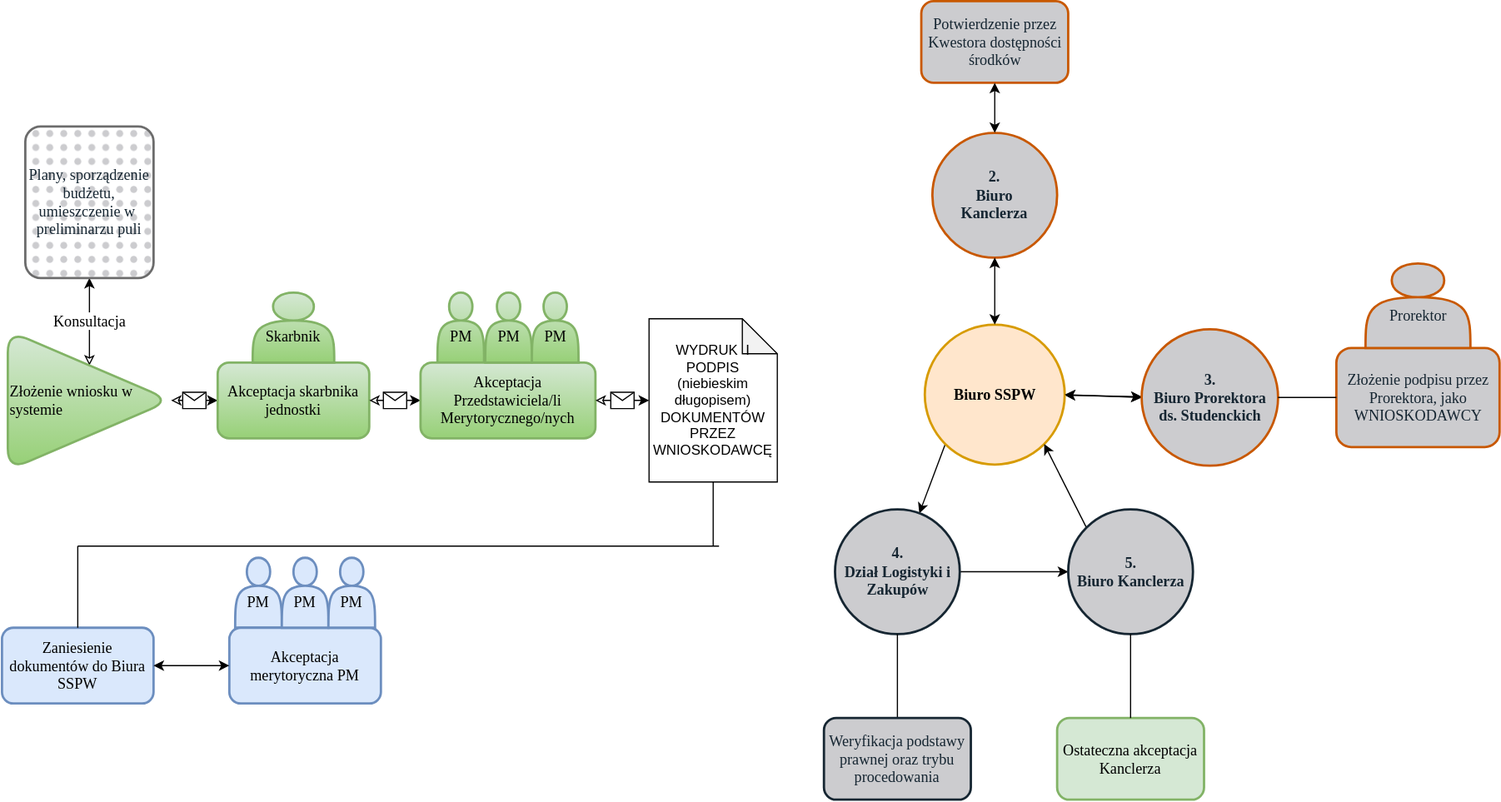
The draw.io diagram Kopia Rysunek wniosek.svg in WelfareUnit/rysunki, before a commit. Source tidied: cells renumbered, new cells last; positions are measured from the earlier drawing's top-left corner, leaving out a move shared by most shapes.
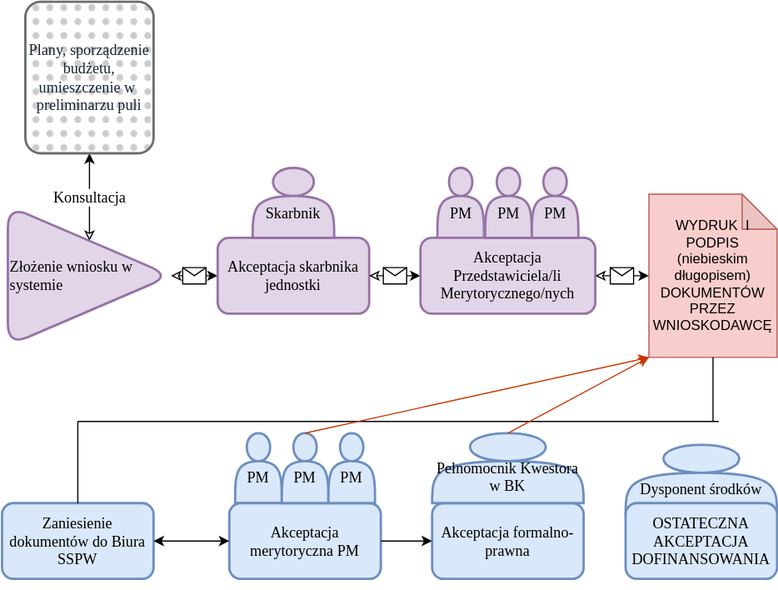
The same file after the commit.

The edit, as a diff of the source:
```diff
@@ -5,18 +5,9 @@
     <mxCell id="2" value="&lt;div style=&quot;font-size: 13px;&quot;&gt;Konsultacja&lt;/div&gt;" style="edgeStyle=orthogonalEdgeStyle;rounded=0;jettySize=auto;html=1;exitX=0.5;exitY=0;exitDx=0;exitDy=0;entryX=0.5;entryY=1;entryDx=0;entryDy=0;fontFamily=Source Sans 3;startArrow=classic;startFill=0;fontSize=13;fontSource=https%3A%2F%2Ffonts.googleapis.com%2Fcss%3Ffamily%3DSource%2BSans%2B3;" parent="1" edge="1" source="3" target="7">
       <mxGeometry relative="1" as="geometry" />
     </mxCell>
-    <mxCell id="3" value="Złożenie wniosku w systemie" style="triangle;whiteSpace=wrap;html=1;fontFamily=Source Sans 3;align=left;strokeWidth=2;rounded=1;fillColor=#d5e8d4;strokeColor=#82b366;fontSize=13;fontSource=https%3A%2F%2Ffonts.googleapis.com%2Fcss%3Ffamily%3DSource%2BSans%2B3;arcSize=38;gradientColor=#97d077;" parent="1" vertex="1">
+    <mxCell id="3" value="Złożenie wniosku w systemie" style="triangle;whiteSpace=wrap;html=1;fontFamily=Source Sans 3;align=left;strokeWidth=2;rounded=1;fillColor=#e1d5e7;strokeColor=#9673a6;fontSize=13;fontSource=https%3A%2F%2Ffonts.googleapis.com%2Fcss%3Ffamily%3DSource%2BSans%2B3;arcSize=38;" parent="1" vertex="1">
       <mxGeometry x="5" y="283" width="140" height="120" as="geometry" />
     </mxCell>
-    <mxCell id="4" style="edgeStyle=none;jettySize=auto;html=1;fontFamily=Source Sans 3;fontSize=13;fontColor=#162632;startArrow=classic;fontSource=https%3A%2F%2Ffonts.googleapis.com%2Fcss%3Ffamily%3DSource%2BSans%2B3;" parent="1" edge="1" source="6" target="16">
-      <mxGeometry relative="1" as="geometry" />
-    </mxCell>
-    <mxCell id="5" style="edgeStyle=none;jettySize=auto;html=1;exitX=0;exitY=1;exitDx=0;exitDy=0;fontFamily=Source Sans 3;fontSize=13;fontColor=#162632;startArrow=none;startFill=0;fontSource=https%3A%2F%2Ffonts.googleapis.com%2Fcss%3Ffamily%3DSource%2BSans%2B3;" parent="1" edge="1" source="6" target="21">
-      <mxGeometry relative="1" as="geometry" />
-    </mxCell>
-    <mxCell id="6" value="&lt;div style=&quot;font-size: 13px;&quot;&gt;Biuro SSPW&lt;br style=&quot;font-size: 13px;&quot;&gt;&lt;/div&gt;" style="ellipse;whiteSpace=wrap;html=1;rounded=1;fontFamily=Source Sans 3;fontSize=13;strokeWidth=2;fillColor=#ffe6cc;align=center;strokeColor=#d79b00;fontStyle=1;fontSource=https%3A%2F%2Ffonts.googleapis.com%2Fcss%3Ffamily%3DSource%2BSans%2B3;" parent="1" vertex="1">
-      <mxGeometry x="791.5" y="278" width="120" height="120" as="geometry" />
-    </mxCell>
     <mxCell id="7" value="&lt;div align=&quot;center&quot;&gt;Plany, sporządzenie budżetu, umieszczenie w&amp;nbsp; preliminarzu puli&lt;br&gt;&lt;/div&gt;" style="rounded=1;whiteSpace=wrap;html=1;fontFamily=Source Sans 3;fontSize=13;strokeColor=#6C6C6C;strokeWidth=2;fillColor=#CCCCCF;align=center;fontColor=#162632;fontSource=https%3A%2F%2Ffonts.googleapis.com%2Fcss%3Ffamily%3DSource%2BSans%2B3;gradientColor=none;fillStyle=dots;arcSize=12;" parent="1" vertex="1">
       <mxGeometry x="20" y="108" width="110" height="130" as="geometry" />
     </mxCell>
@@ -28,63 +19,12 @@
         <mxPoint x="-10" y="-7" as="offset" />
       </mxGeometry>
     </mxCell>
-    <mxCell id="10" value="Akceptacja skarbnika jednostki" style="rounded=1;whiteSpace=wrap;html=1;fontFamily=Source Sans 3;fontSize=13;strokeWidth=2;fillColor=#d5e8d4;align=center;strokeColor=#82b366;labelPosition=center;verticalLabelPosition=middle;verticalAlign=middle;fontSource=https%3A%2F%2Ffonts.googleapis.com%2Fcss%3Ffamily%3DSource%2BSans%2B3;gradientColor=#97d077;" parent="1" vertex="1">
+    <mxCell id="10" value="Akceptacja skarbnika jednostki" style="rounded=1;whiteSpace=wrap;html=1;fontFamily=Source Sans 3;fontSize=13;strokeWidth=2;fillColor=#e1d5e7;align=center;strokeColor=#9673a6;labelPosition=center;verticalLabelPosition=middle;verticalAlign=middle;fontSource=https%3A%2F%2Ffonts.googleapis.com%2Fcss%3Ffamily%3DSource%2BSans%2B3;" parent="1" vertex="1">
       <mxGeometry x="185" y="310.5" width="130" height="65" as="geometry" />
     </mxCell>
-    <mxCell id="11" style="endArrow=classic;startArrow=classic;html=1;fontFamily=Source Sans 3;fontSize=13;fontColor=#162632;entryX=1;entryY=0.5;entryDx=0;entryDy=0;exitX=0;exitY=0.5;exitDx=0;exitDy=0;fontSource=https%3A%2F%2Ffonts.googleapis.com%2Fcss%3Ffamily%3DSource%2BSans%2B3;" parent="1" edge="1" source="16" target="6">
-      <mxGeometry relative="1" as="geometry" />
-    </mxCell>
-    <mxCell id="12" value="&lt;div style=&quot;font-size: 13px;&quot;&gt;2. &lt;br style=&quot;font-size: 13px;&quot;&gt;&lt;/div&gt;&lt;div style=&quot;font-size: 13px;&quot;&gt;Biuro&lt;/div&gt;&lt;div style=&quot;font-size: 13px;&quot;&gt;Kanclerza&lt;/div&gt;" style="ellipse;whiteSpace=wrap;html=1;rounded=1;fontFamily=Source Sans 3;fontSize=13;fontColor=#162632;strokeColor=#C85800;strokeWidth=2;fillColor=#CCCCCF;align=center;fontStyle=1;fontSource=https%3A%2F%2Ffonts.googleapis.com%2Fcss%3Ffamily%3DSource%2BSans%2B3;" parent="1" vertex="1">
-      <mxGeometry x="798" y="113.5" width="107" height="107" as="geometry" />
-    </mxCell>
-    <mxCell id="13" style="endArrow=classic;startArrow=classic;html=1;fontFamily=Source Sans 3;fontSize=13;fontColor=#162632;exitX=0.5;exitY=0;exitDx=0;exitDy=0;entryX=0.5;entryY=1;entryDx=0;entryDy=0;fontSource=https%3A%2F%2Ffonts.googleapis.com%2Fcss%3Ffamily%3DSource%2BSans%2B3;" parent="1" edge="1" source="6" target="12">
-      <mxGeometry relative="1" as="geometry" />
-    </mxCell>
-    <mxCell id="14" value="Potwierdzenie przez Kwestora dostępności środków" style="rounded=1;whiteSpace=wrap;html=1;fontFamily=Source Sans 3;fontSize=13;fontColor=#162632;strokeColor=#C85800;strokeWidth=2;fillColor=#CCCCCF;align=center;fontSource=https%3A%2F%2Ffonts.googleapis.com%2Fcss%3Ffamily%3DSource%2BSans%2B3;" parent="1" vertex="1">
-      <mxGeometry x="788.5" y="0.5" width="126" height="70" as="geometry" />
-    </mxCell>
-    <mxCell id="15" style="endArrow=classic;startArrow=classic;html=1;fontFamily=Source Sans 3;fontSize=13;fontColor=#162632;exitX=0.5;exitY=0;exitDx=0;exitDy=0;entryX=0.5;entryY=1;entryDx=0;entryDy=0;fontSource=https%3A%2F%2Ffonts.googleapis.com%2Fcss%3Ffamily%3DSource%2BSans%2B3;" parent="1" edge="1" source="12" target="14">
-      <mxGeometry relative="1" as="geometry" />
-    </mxCell>
-    <mxCell id="16" value="&lt;div style=&quot;font-size: 13px;&quot;&gt;3.&lt;/div&gt;&lt;div style=&quot;font-size: 13px;&quot;&gt;Biuro Prorektora &lt;br style=&quot;font-size: 13px;&quot;&gt;ds. Studenckich&lt;/div&gt;" style="ellipse;whiteSpace=wrap;html=1;rounded=1;fontFamily=Source Sans 3;fontSize=13;fontColor=#162632;strokeColor=#C85800;strokeWidth=2;fillColor=#CCCCCF;align=center;fontStyle=1;fontSource=https%3A%2F%2Ffonts.googleapis.com%2Fcss%3Ffamily%3DSource%2BSans%2B3;" parent="1" vertex="1">
-      <mxGeometry x="977.5" y="282" width="117" height="117" as="geometry" />
-    </mxCell>
-    <mxCell id="17" value="Złożenie podpisu przez Prorektora, jako WNIOSKODAWCY" style="rounded=1;whiteSpace=wrap;html=1;fontFamily=Source Sans 3;fontSize=13;fontColor=#162632;strokeColor=#C85800;strokeWidth=2;fillColor=#CCCCCF;align=center;fontSource=https%3A%2F%2Ffonts.googleapis.com%2Fcss%3Ffamily%3DSource%2BSans%2B3;" parent="1" vertex="1">
-      <mxGeometry x="1144.5" y="298" width="140" height="85" as="geometry" />
-    </mxCell>
-    <mxCell id="18" style="endArrow=none;startArrow=none;html=1;fontFamily=Source Sans 3;fontSize=13;fontColor=#162632;entryX=1;entryY=0.5;entryDx=0;entryDy=0;exitX=0;exitY=0.5;exitDx=0;exitDy=0;startFill=0;endFill=0;fontSource=https%3A%2F%2Ffonts.googleapis.com%2Fcss%3Ffamily%3DSource%2BSans%2B3;" parent="1" edge="1" source="17" target="16">
-      <mxGeometry relative="1" as="geometry" />
-    </mxCell>
-    <mxCell id="19" value="&lt;div style=&quot;font-size: 13px;&quot;&gt;&lt;br style=&quot;font-size: 13px;&quot;&gt;&lt;/div&gt;&lt;div style=&quot;font-size: 13px;&quot;&gt;Prorektor&lt;/div&gt;" style="shape=actor;whiteSpace=wrap;html=1;rounded=1;fontFamily=Source Sans 3;fontSize=13;fontColor=#162632;strokeColor=#C85800;strokeWidth=2;fillColor=#CCCCCF;align=center;fontSource=https%3A%2F%2Ffonts.googleapis.com%2Fcss%3Ffamily%3DSource%2BSans%2B3;" parent="1" vertex="1">
-      <mxGeometry x="1169.5" y="225.5" width="90" height="72.5" as="geometry" />
-    </mxCell>
-    <mxCell id="20" style="edgeStyle=none;jettySize=auto;html=1;exitX=1;exitY=0.5;exitDx=0;exitDy=0;entryX=0;entryY=0.5;entryDx=0;entryDy=0;fontFamily=Source Sans 3;fontSize=13;fontColor=#162632;startArrow=none;startFill=0;fontSource=https%3A%2F%2Ffonts.googleapis.com%2Fcss%3Ffamily%3DSource%2BSans%2B3;" parent="1" edge="1" source="21" target="23">
-      <mxGeometry relative="1" as="geometry" />
-    </mxCell>
-    <mxCell id="21" value="&lt;div style=&quot;font-size: 13px;&quot;&gt;4.&lt;/div&gt;&lt;div style=&quot;font-size: 13px;&quot;&gt;Dział Logistyki i Zakupów&lt;/div&gt;" style="ellipse;whiteSpace=wrap;html=1;rounded=1;fontFamily=Source Sans 3;fontSize=13;fontColor=#162632;strokeWidth=2;fillColor=#CCCCCF;align=center;fontStyle=1;strokeColor=#162632;fontSource=https%3A%2F%2Ffonts.googleapis.com%2Fcss%3Ffamily%3DSource%2BSans%2B3;" parent="1" vertex="1">
-      <mxGeometry x="714.5" y="436.5" width="107" height="107" as="geometry" />
-    </mxCell>
-    <mxCell id="22" style="edgeStyle=none;jettySize=auto;html=1;exitX=0;exitY=0;exitDx=0;exitDy=0;entryX=1;entryY=1;entryDx=0;entryDy=0;fontFamily=Source Sans 3;fontSize=13;fontColor=#162632;startArrow=none;startFill=0;fontSource=https%3A%2F%2Ffonts.googleapis.com%2Fcss%3Ffamily%3DSource%2BSans%2B3;" parent="1" edge="1" source="23" target="6">
-      <mxGeometry relative="1" as="geometry" />
-    </mxCell>
-    <mxCell id="23" value="&lt;div style=&quot;font-size: 13px;&quot;&gt;5.&lt;/div&gt;&lt;div style=&quot;font-size: 13px;&quot;&gt;Biuro Kanclerza&lt;/div&gt;" style="ellipse;whiteSpace=wrap;html=1;rounded=1;fontFamily=Source Sans 3;fontSize=13;fontColor=#162632;strokeWidth=2;fillColor=#CCCCCF;align=center;fontStyle=1;strokeColor=#162632;fontSource=https%3A%2F%2Ffonts.googleapis.com%2Fcss%3Ffamily%3DSource%2BSans%2B3;" parent="1" vertex="1">
-      <mxGeometry x="914.5" y="436.5" width="107" height="107" as="geometry" />
-    </mxCell>
-    <mxCell id="24" value="&lt;div style=&quot;font-size: 13px;&quot;&gt;&lt;br style=&quot;font-size: 13px;&quot;&gt;&lt;/div&gt;&lt;div style=&quot;font-size: 13px;&quot;&gt;Skarbnik&lt;/div&gt;" style="shape=actor;whiteSpace=wrap;html=1;rounded=1;fontFamily=Source Sans 3;fontSize=13;strokeColor=#82b366;strokeWidth=2;fillColor=#d5e8d4;align=center;fontSource=https%3A%2F%2Ffonts.googleapis.com%2Fcss%3Ffamily%3DSource%2BSans%2B3;gradientColor=#97d077;" parent="1" vertex="1">
+    <mxCell id="24" value="&lt;div style=&quot;font-size: 13px;&quot;&gt;&lt;br style=&quot;font-size: 13px;&quot;&gt;&lt;/div&gt;&lt;div style=&quot;font-size: 13px;&quot;&gt;Skarbnik&lt;/div&gt;" style="shape=actor;whiteSpace=wrap;html=1;rounded=1;fontFamily=Source Sans 3;fontSize=13;strokeColor=#9673a6;strokeWidth=2;fillColor=#e1d5e7;align=center;fontSource=https%3A%2F%2Ffonts.googleapis.com%2Fcss%3Ffamily%3DSource%2BSans%2B3;" parent="1" vertex="1">
       <mxGeometry x="215" y="250.5" width="70" height="60" as="geometry" />
     </mxCell>
-    <mxCell id="25" value="Ostateczna akceptacja Kanclerza" style="rounded=1;whiteSpace=wrap;html=1;fontFamily=Source Sans 3;fontSize=13;strokeColor=#82b366;strokeWidth=2;fillColor=#d5e8d4;align=center;fontSource=https%3A%2F%2Ffonts.googleapis.com%2Fcss%3Ffamily%3DSource%2BSans%2B3;" parent="1" vertex="1">
-      <mxGeometry x="905" y="615.5" width="126" height="70" as="geometry" />
-    </mxCell>
-    <mxCell id="26" style="endArrow=none;startArrow=none;html=1;fontFamily=Source Sans 3;fontSize=13;fontColor=#162632;exitX=0.5;exitY=1;exitDx=0;exitDy=0;entryX=0.5;entryY=0;entryDx=0;entryDy=0;startFill=0;endFill=0;fontSource=https%3A%2F%2Ffonts.googleapis.com%2Fcss%3Ffamily%3DSource%2BSans%2B3;" parent="1" edge="1" source="21" target="27">
-      <mxGeometry relative="1" as="geometry" />
-    </mxCell>
-    <mxCell id="27" value="Weryfikacja podstawy prawnej oraz trybu procedowania" style="rounded=1;whiteSpace=wrap;html=1;fontFamily=Source Sans 3;fontSize=13;fontColor=#162632;strokeWidth=2;fillColor=#CCCCCF;align=center;strokeColor=#162632;fontSource=https%3A%2F%2Ffonts.googleapis.com%2Fcss%3Ffamily%3DSource%2BSans%2B3;" parent="1" vertex="1">
-      <mxGeometry x="705" y="615.5" width="126" height="70" as="geometry" />
-    </mxCell>
-    <mxCell id="28" style="endArrow=none;startArrow=none;html=1;fontFamily=Source Sans 3;fontSize=13;fontColor=#162632;exitX=0.5;exitY=1;exitDx=0;exitDy=0;entryX=0.5;entryY=0;entryDx=0;entryDy=0;startFill=0;endFill=0;fontSource=https%3A%2F%2Ffonts.googleapis.com%2Fcss%3Ffamily%3DSource%2BSans%2B3;" parent="1" edge="1" source="23" target="25">
-      <mxGeometry relative="1" as="geometry" />
-    </mxCell>
     <mxCell id="29" style="endArrow=classic;html=1;fontFamily=Source Sans 3;fontSize=13;fontColor=#162632;exitX=1;exitY=0.5;exitDx=0;exitDy=0;entryX=0;entryY=0.5;entryDx=0;entryDy=0;startArrow=classic;startFill=0;fontSource=https%3A%2F%2Ffonts.googleapis.com%2Fcss%3Ffamily%3DSource%2BSans%2B3;" parent="1" edge="1" source="10" target="33">
       <mxGeometry relative="1" as="geometry" />
     </mxCell>
@@ -96,19 +36,19 @@
     <mxCell id="31" style="group;" parent="1" vertex="1">
       <mxGeometry x="359" y="250.5" width="150" height="125" as="geometry" />
     </mxCell>
-    <mxCell id="32" value="&lt;div style=&quot;font-size: 13px;&quot;&gt;&lt;br style=&quot;font-size: 13px;&quot;&gt;&lt;/div&gt;&lt;div style=&quot;font-size: 13px;&quot;&gt;PM&lt;/div&gt;" style="shape=actor;whiteSpace=wrap;html=1;rounded=1;fontFamily=Source Sans 3;fontSize=13;strokeColor=#82b366;strokeWidth=2;fillColor=#d5e8d4;align=center;fontSource=https%3A%2F%2Ffonts.googleapis.com%2Fcss%3Ffamily%3DSource%2BSans%2B3;gradientColor=#97d077;" parent="31" vertex="1">
+    <mxCell id="32" value="&lt;div style=&quot;font-size: 13px;&quot;&gt;&lt;br style=&quot;font-size: 13px;&quot;&gt;&lt;/div&gt;&lt;div style=&quot;font-size: 13px;&quot;&gt;PM&lt;/div&gt;" style="shape=actor;whiteSpace=wrap;html=1;rounded=1;fontFamily=Source Sans 3;fontSize=13;strokeColor=#9673a6;strokeWidth=2;fillColor=#e1d5e7;align=center;fontSource=https%3A%2F%2Ffonts.googleapis.com%2Fcss%3Ffamily%3DSource%2BSans%2B3;" parent="31" vertex="1">
       <mxGeometry x="14.5" width="40" height="60" as="geometry" />
     </mxCell>
-    <mxCell id="33" value="Akceptacja Przedstawiciela/li Merytorycznego/nych" style="rounded=1;whiteSpace=wrap;html=1;fontFamily=Source Sans 3;fontSize=13;strokeWidth=2;fillColor=#d5e8d4;align=center;strokeColor=#82b366;labelPosition=center;verticalLabelPosition=middle;verticalAlign=middle;fontSource=https%3A%2F%2Ffonts.googleapis.com%2Fcss%3Ffamily%3DSource%2BSans%2B3;gradientColor=#97d077;" parent="31" vertex="1">
+    <mxCell id="33" value="Akceptacja Przedstawiciela/li Merytorycznego/nych" style="rounded=1;whiteSpace=wrap;html=1;fontFamily=Source Sans 3;fontSize=13;strokeWidth=2;fillColor=#e1d5e7;align=center;strokeColor=#9673a6;labelPosition=center;verticalLabelPosition=middle;verticalAlign=middle;fontSource=https%3A%2F%2Ffonts.googleapis.com%2Fcss%3Ffamily%3DSource%2BSans%2B3;" parent="31" vertex="1">
       <mxGeometry y="60" width="150" height="65" as="geometry" />
     </mxCell>
-    <mxCell id="34" value="&lt;div style=&quot;font-size: 13px;&quot;&gt;&lt;br style=&quot;font-size: 13px;&quot;&gt;&lt;/div&gt;&lt;div style=&quot;font-size: 13px;&quot;&gt;PM&lt;/div&gt;" style="shape=actor;whiteSpace=wrap;html=1;rounded=1;fontFamily=Source Sans 3;fontSize=13;strokeColor=#82b366;strokeWidth=2;fillColor=#d5e8d4;align=center;fontSource=https%3A%2F%2Ffonts.googleapis.com%2Fcss%3Ffamily%3DSource%2BSans%2B3;gradientColor=#97d077;" parent="31" vertex="1">
+    <mxCell id="34" value="&lt;div style=&quot;font-size: 13px;&quot;&gt;&lt;br style=&quot;font-size: 13px;&quot;&gt;&lt;/div&gt;&lt;div style=&quot;font-size: 13px;&quot;&gt;PM&lt;/div&gt;" style="shape=actor;whiteSpace=wrap;html=1;rounded=1;fontFamily=Source Sans 3;fontSize=13;strokeColor=#9673a6;strokeWidth=2;fillColor=#e1d5e7;align=center;fontSource=https%3A%2F%2Ffonts.googleapis.com%2Fcss%3Ffamily%3DSource%2BSans%2B3;" parent="31" vertex="1">
       <mxGeometry x="55.5" width="40" height="60" as="geometry" />
     </mxCell>
-    <mxCell id="35" value="&lt;div style=&quot;font-size: 13px;&quot;&gt;&lt;br style=&quot;font-size: 13px;&quot;&gt;&lt;/div&gt;&lt;div style=&quot;font-size: 13px;&quot;&gt;PM&lt;/div&gt;" style="shape=actor;whiteSpace=wrap;html=1;rounded=1;fontFamily=Source Sans 3;fontSize=13;strokeColor=#82b366;strokeWidth=2;fillColor=#d5e8d4;align=center;fontSource=https%3A%2F%2Ffonts.googleapis.com%2Fcss%3Ffamily%3DSource%2BSans%2B3;gradientColor=#97d077;" parent="31" vertex="1">
+    <mxCell id="35" value="&lt;div style=&quot;font-size: 13px;&quot;&gt;&lt;br style=&quot;font-size: 13px;&quot;&gt;&lt;/div&gt;&lt;div style=&quot;font-size: 13px;&quot;&gt;PM&lt;/div&gt;" style="shape=actor;whiteSpace=wrap;html=1;rounded=1;fontFamily=Source Sans 3;fontSize=13;strokeColor=#9673a6;strokeWidth=2;fillColor=#e1d5e7;align=center;fontSource=https%3A%2F%2Ffonts.googleapis.com%2Fcss%3Ffamily%3DSource%2BSans%2B3;" parent="31" vertex="1">
       <mxGeometry x="95.5" width="40" height="60" as="geometry" />
     </mxCell>
-    <mxCell id="36" value="WYDRUK&amp;nbsp; I PODPIS (niebieskim długopisem) DOKUMENTÓW PRZEZ WNIOSKODAWCĘ" style="shape=note;whiteSpace=wrap;html=1;backgroundOutline=1;darkOpacity=0.05;" parent="1" vertex="1">
+    <mxCell id="36" value="WYDRUK&amp;nbsp; I PODPIS (niebieskim długopisem) DOKUMENTÓW PRZEZ WNIOSKODAWCĘ" style="shape=note;whiteSpace=wrap;html=1;backgroundOutline=1;darkOpacity=0.05;fillColor=#f8cecc;strokeColor=#b85450;" parent="1" vertex="1">
       <mxGeometry x="555" y="273" width="110" height="140" as="geometry" />
     </mxCell>
     <mxCell id="37" style="endArrow=classic;html=1;fontFamily=Source Sans 3;fontSize=13;fontColor=#162632;exitX=1;exitY=0.5;exitDx=0;exitDy=0;entryX=0;entryY=0.5;entryDx=0;entryDy=0;startArrow=classic;startFill=0;fontSource=https%3A%2F%2Ffonts.googleapis.com%2Fcss%3Ffamily%3DSource%2BSans%2B3;entryPerimeter=0;" parent="1" edge="1" source="33" target="36">
@@ -156,5 +96,32 @@
         <mxPoint x="65" y="468" as="targetPoint" />
       </mxGeometry>
     </mxCell>
+    <mxCell id="49" style="group;" parent="1" vertex="1">
+      <mxGeometry x="369" y="478" width="130" height="125" as="geometry" />
+    </mxCell>
+    <mxCell id="50" value="Akceptacja formalno-prawna" style="rounded=1;whiteSpace=wrap;html=1;fontFamily=Source Sans 3;fontSize=13;strokeWidth=2;fillColor=#dae8fc;align=center;strokeColor=#6c8ebf;labelPosition=center;verticalLabelPosition=middle;verticalAlign=middle;fontSource=https%3A%2F%2Ffonts.googleapis.com%2Fcss%3Ffamily%3DSource%2BSans%2B3;" parent="49" vertex="1">
+      <mxGeometry y="60" width="130" height="65" as="geometry" />
+    </mxCell>
+    <mxCell id="51" value="&lt;div&gt;&lt;br&gt;&lt;/div&gt;&lt;div&gt;Pełnomocnik Kwestora w BK&lt;/div&gt;" style="shape=actor;whiteSpace=wrap;html=1;rounded=1;fontFamily=Source Sans 3;fontSize=13;strokeColor=#6c8ebf;strokeWidth=2;fillColor=#dae8fc;align=center;fontSource=https%3A%2F%2Ffonts.googleapis.com%2Fcss%3Ffamily%3DSource%2BSans%2B3;" parent="49" vertex="1">
+      <mxGeometry width="130" height="60" as="geometry" />
+    </mxCell>
+    <mxCell id="52" style="endArrow=classic;html=1;rounded=0;exitX=1;exitY=0.5;exitDx=0;exitDy=0;entryX=0;entryY=0.5;entryDx=0;entryDy=0;" parent="1" edge="1" source="42" target="50">
+      <mxGeometry relative="1" as="geometry" />
+    </mxCell>
+    <mxCell id="53" style="endArrow=classic;html=1;rounded=0;exitX=0.5;exitY=0;exitDx=0;exitDy=0;entryX=0;entryY=1;entryDx=0;entryDy=0;entryPerimeter=0;fillColor=#fa6800;strokeColor=#C73500;" parent="1" edge="1" source="51" target="36">
+      <mxGeometry relative="1" as="geometry" />
+    </mxCell>
+    <mxCell id="54" style="endArrow=classic;html=1;rounded=0;exitX=0.5;exitY=0;exitDx=0;exitDy=0;entryX=0;entryY=1;entryDx=0;entryDy=0;entryPerimeter=0;fillColor=#fa6800;strokeColor=#C73500;" parent="1" edge="1" source="43" target="36">
+      <mxGeometry relative="1" as="geometry" />
+    </mxCell>
+    <mxCell id="55" style="group;" parent="1" vertex="1">
+      <mxGeometry x="535" y="488" width="130" height="125" as="geometry" />
+    </mxCell>
+    <mxCell id="56" value="&lt;div&gt;&lt;br&gt;&lt;/div&gt;&lt;div&gt;Dysponent środków&lt;br&gt;&lt;/div&gt;" style="shape=actor;whiteSpace=wrap;html=1;rounded=1;fontFamily=Source Sans 3;fontSize=13;strokeColor=#6c8ebf;strokeWidth=2;fillColor=#dae8fc;align=center;fontSource=https%3A%2F%2Ffonts.googleapis.com%2Fcss%3Ffamily%3DSource%2BSans%2B3;" parent="55" vertex="1">
+      <mxGeometry width="130" height="60" as="geometry" />
+    </mxCell>
+    <mxCell id="57" value="OSTATECZNA AKCEPTACJA DOFINANSOWANIA" style="rounded=1;whiteSpace=wrap;html=1;fontFamily=Source Sans 3;fontSize=13;strokeWidth=2;fillColor=#dae8fc;align=center;strokeColor=#6c8ebf;labelPosition=center;verticalLabelPosition=middle;verticalAlign=middle;fontSource=https%3A%2F%2Ffonts.googleapis.com%2Fcss%3Ffamily%3DSource%2BSans%2B3;" parent="1" vertex="1">
+      <mxGeometry x="535" y="538" width="130" height="65" as="geometry" />
+    </mxCell>
   </root>
 </mxGraphModel>
```
